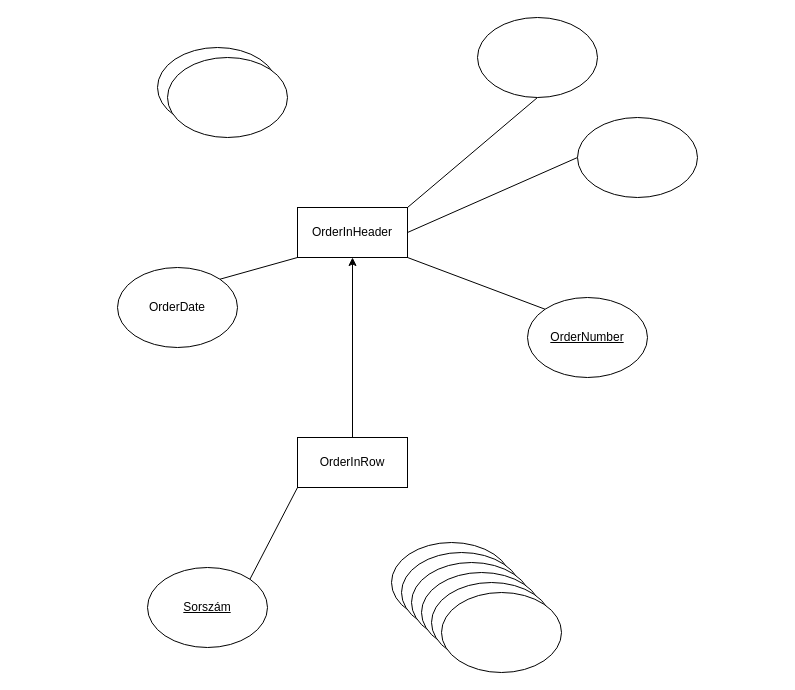
Above: Megnevezetlen diagram.drawio in Fabbernat/-ARCHIVE-Adatbazis_projektmunka_scratch (draw.io), before the change. Source tidied: cells renumbered, new cells numbered last; positions are measured from the earlier drawing's top-left corner, leaving out a move shared by most shapes. Both pictures are drawn from the tidied source at 100%, with x=0, y=0 at pixel (117, 17).
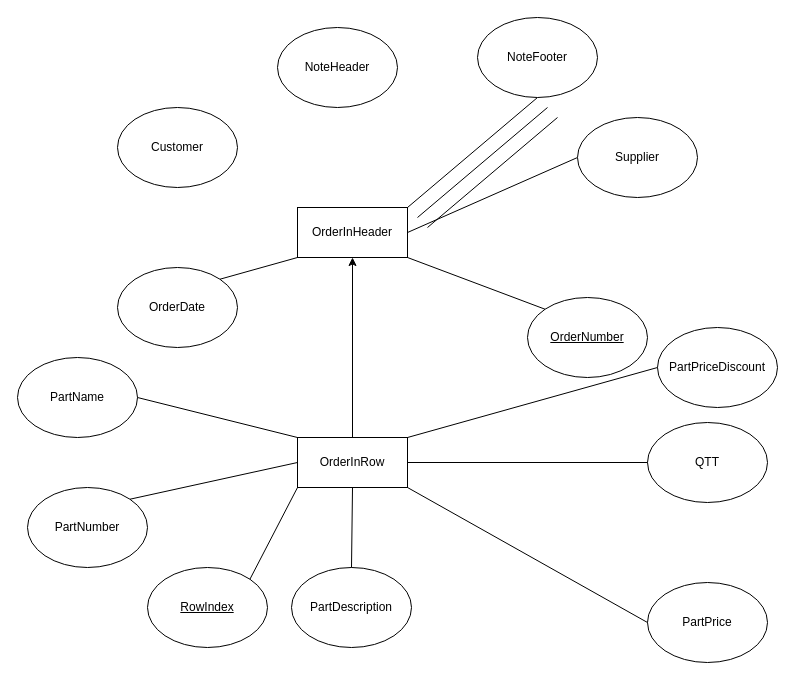
The same diagram, later.

The change refers to these unchanged cells:
```xml
<mxCell id="3" value="OrderInRow" style="html=1;whiteSpace=wrap;" parent="1" vertex="1">
  <mxGeometry x="180" y="420" width="110" height="50" as="geometry" />
</mxCell>
```

Diff of the diagram source:
```diff
@@
-    <mxCell id="9" value="&lt;u&gt;Sorszám&lt;/u&gt;" style="ellipse;whiteSpace=wrap;html=1;" parent="1" vertex="1">
+    <mxCell id="9" value="&lt;u&gt;RowIndex&lt;/u&gt;" style="ellipse;whiteSpace=wrap;html=1;" parent="1" vertex="1">
       <mxGeometry x="30" y="550" width="120" height="80" as="geometry" />
     </mxCell>
@@
-    <mxCell id="13" style="ellipse;whiteSpace=wrap;html=1;" parent="1" vertex="1">
-      <mxGeometry x="274" y="525" width="120" height="80" as="geometry" />
+    <mxCell id="13" value="PartNumber" style="ellipse;whiteSpace=wrap;html=1;" parent="1" vertex="1">
+      <mxGeometry x="-90" y="470" width="120" height="80" as="geometry" />
     </mxCell>
-    <mxCell id="14" style="ellipse;whiteSpace=wrap;html=1;" parent="1" vertex="1">
-      <mxGeometry x="284" y="535" width="120" height="80" as="geometry" />
+    <mxCell id="14" value="PartName" style="ellipse;whiteSpace=wrap;html=1;" parent="1" vertex="1">
+      <mxGeometry x="-100" y="340" width="120" height="80" as="geometry" />
     </mxCell>
-    <mxCell id="15" style="ellipse;whiteSpace=wrap;html=1;" parent="1" vertex="1">
-      <mxGeometry x="294" y="545" width="120" height="80" as="geometry" />
+    <mxCell id="15" value="PartPriceDiscount" style="ellipse;whiteSpace=wrap;html=1;" parent="1" vertex="1">
+      <mxGeometry x="540" y="310" width="120" height="80" as="geometry" />
     </mxCell>
-    <mxCell id="16" style="ellipse;whiteSpace=wrap;html=1;" parent="1" vertex="1">
-      <mxGeometry x="304" y="555" width="120" height="80" as="geometry" />
+    <mxCell id="16" value="QTT" style="ellipse;whiteSpace=wrap;html=1;" parent="1" vertex="1">
+      <mxGeometry x="530" y="405" width="120" height="80" as="geometry" />
     </mxCell>
-    <mxCell id="17" style="ellipse;whiteSpace=wrap;html=1;" parent="1" vertex="1">
-      <mxGeometry x="314" y="565" width="120" height="80" as="geometry" />
+    <mxCell id="17" value="PartPrice" style="ellipse;whiteSpace=wrap;html=1;" parent="1" vertex="1">
+      <mxGeometry x="530" y="565" width="120" height="80" as="geometry" />
     </mxCell>
-    <mxCell id="18" style="ellipse;whiteSpace=wrap;html=1;" parent="1" vertex="1">
-      <mxGeometry x="324" y="575" width="120" height="80" as="geometry" />
+    <mxCell id="18" value="PartDescription" style="ellipse;whiteSpace=wrap;html=1;" parent="1" vertex="1">
+      <mxGeometry x="174" y="550" width="120" height="80" as="geometry" />
     </mxCell>
-    <mxCell id="19" style="ellipse;whiteSpace=wrap;html=1;" parent="1" vertex="1">
-      <mxGeometry x="40" y="30" width="120" height="80" as="geometry" />
+    <mxCell id="19" value="Customer" style="ellipse;whiteSpace=wrap;html=1;" parent="1" vertex="1">
+      <mxGeometry y="90" width="120" height="80" as="geometry" />
     </mxCell>
-    <mxCell id="20" style="ellipse;whiteSpace=wrap;html=1;" parent="1" vertex="1">
-      <mxGeometry x="50" y="40" width="120" height="80" as="geometry" />
+    <mxCell id="20" value="NoteHeader" style="ellipse;whiteSpace=wrap;html=1;" parent="1" vertex="1">
+      <mxGeometry x="160" y="10" width="120" height="80" as="geometry" />
     </mxCell>
-    <mxCell id="21" style="ellipse;whiteSpace=wrap;html=1;" parent="1" vertex="1">
+    <mxCell id="21" value="Supplier" style="ellipse;whiteSpace=wrap;html=1;" parent="1" vertex="1">
       <mxGeometry x="460" y="100" width="120" height="80" as="geometry" />
     </mxCell>
-    <mxCell id="22" style="ellipse;whiteSpace=wrap;html=1;" parent="1" vertex="1">
+    <mxCell id="22" value="NoteFooter" style="ellipse;whiteSpace=wrap;html=1;" parent="1" vertex="1">
       <mxGeometry x="360" width="120" height="80" as="geometry" />
     </mxCell>
+    <mxCell id="23" style="endArrow=none;html=1;rounded=0;exitX=1;exitY=0;exitDx=0;exitDy=0;entryX=0.5;entryY=1;entryDx=0;entryDy=0;" parent="1" edge="1">
+      <mxGeometry relative="1" as="geometry">
+        <mxPoint x="300" y="200" as="sourcePoint" />
+        <mxPoint x="430" y="90" as="targetPoint" />
+      </mxGeometry>
+    </mxCell>
+    <mxCell id="24" style="endArrow=none;html=1;rounded=0;exitX=1;exitY=0;exitDx=0;exitDy=0;entryX=0.5;entryY=1;entryDx=0;entryDy=0;" parent="1" edge="1">
+      <mxGeometry relative="1" as="geometry">
+        <mxPoint x="310" y="210" as="sourcePoint" />
+        <mxPoint x="440" y="100" as="targetPoint" />
+      </mxGeometry>
+    </mxCell>
+    <mxCell id="25" style="endArrow=none;html=1;rounded=0;exitX=0;exitY=0;exitDx=0;exitDy=0;entryX=1;entryY=0.5;entryDx=0;entryDy=0;" parent="1" edge="1" source="3" target="14">
+      <mxGeometry relative="1" as="geometry" />
+    </mxCell>
+    <mxCell id="26" style="endArrow=none;html=1;rounded=0;entryX=0;entryY=0.5;entryDx=0;entryDy=0;exitX=1;exitY=0;exitDx=0;exitDy=0;" parent="1" edge="1" source="13" target="3">
+      <mxGeometry relative="1" as="geometry" />
+    </mxCell>
+    <mxCell id="27" style="endArrow=none;html=1;rounded=0;exitX=1;exitY=0;exitDx=0;exitDy=0;entryX=0;entryY=0.5;entryDx=0;entryDy=0;" parent="1" edge="1" source="3" target="15">
+      <mxGeometry relative="1" as="geometry" />
+    </mxCell>
+    <mxCell id="28" style="endArrow=none;html=1;rounded=0;exitX=1;exitY=0.5;exitDx=0;exitDy=0;entryX=0;entryY=0.5;entryDx=0;entryDy=0;" parent="1" edge="1" source="3" target="16">
+      <mxGeometry relative="1" as="geometry" />
+    </mxCell>
+    <mxCell id="29" style="endArrow=none;html=1;rounded=0;exitX=1;exitY=1;exitDx=0;exitDy=0;entryX=0;entryY=0.5;entryDx=0;entryDy=0;" parent="1" edge="1" source="3" target="17">
+      <mxGeometry relative="1" as="geometry" />
+    </mxCell>
+    <mxCell id="30" style="endArrow=none;html=1;rounded=0;exitX=0.5;exitY=1;exitDx=0;exitDy=0;entryX=0.5;entryY=0;entryDx=0;entryDy=0;" parent="1" edge="1" source="3" target="18">
+      <mxGeometry relative="1" as="geometry" />
+    </mxCell>
```
